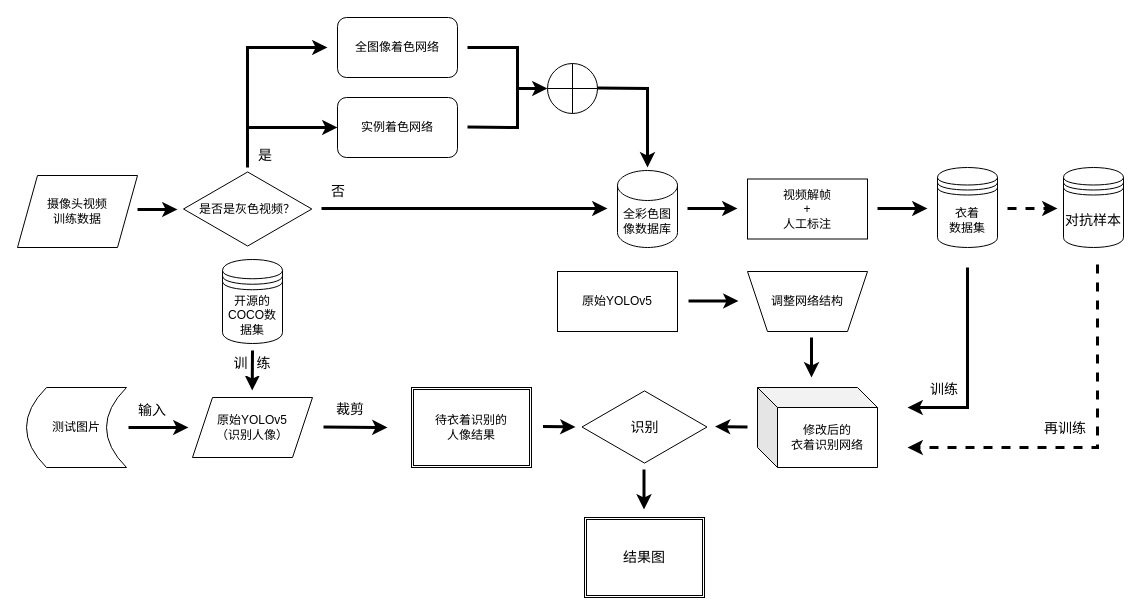
Zhiying-Li-dot/Capsules keeps this draw.io diagram as Untitled Diagram.drawio. Above is the earlier version. Source tidied: cells renumbered, new cells numbered last; positions are measured from the earlier drawing's top-left corner, leaving out a move shared by most shapes. Both pictures are drawn from the tidied source at 100%, with x=0, y=0 at pixel (17, 17).
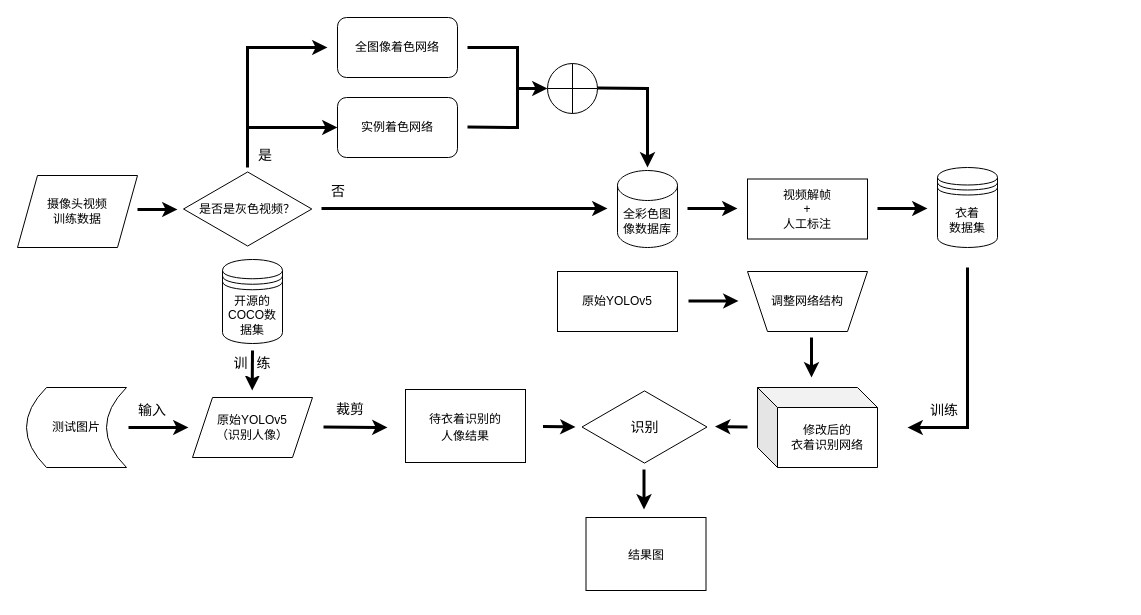
The same diagram, later.

The edit, as a diff of the source:
```diff
@@
     <mxCell id="18" style="endArrow=classic;html=1;rounded=0;strokeWidth=3;" parent="1" edge="1">
       <mxGeometry relative="1" as="geometry">
         <mxPoint x="950" y="250" as="sourcePoint" />
-        <mxPoint x="890" y="390" as="targetPoint" />
+        <mxPoint x="890" y="410" as="targetPoint" />
         <Array as="points">
-          <mxPoint x="950" y="390" />
+          <mxPoint x="950" y="410" />
         </Array>
       </mxGeometry>
     </mxCell>
@@
-    <mxCell id="30" value="待衣着识别的&lt;br&gt;人像结果" style="shape=ext;double=1;rounded=0;whiteSpace=wrap;html=1;" parent="1" vertex="1">
-      <mxGeometry x="394" y="370" width="120" height="80" as="geometry" />
-    </mxCell>
@@
     <mxCell id="33" value="&lt;font style=&quot;font-size: 14px&quot;&gt;训练&lt;/font&gt;" style="rounded=0;whiteSpace=wrap;html=1;strokeColor=#FFFFFF;" parent="1" vertex="1">
-      <mxGeometry x="907" y="357" width="40" height="30" as="geometry" />
+      <mxGeometry x="907" y="378" width="40" height="30" as="geometry" />
     </mxCell>
@@
+    <mxCell id="43" style="endArrow=classic;html=1;rounded=0;strokeWidth=3;" parent="1" edge="1">
+      <mxGeometry relative="1" as="geometry">
+        <mxPoint x="626.5" y="452" as="sourcePoint" />
+        <mxPoint x="626.5" y="492" as="targetPoint" />
+      </mxGeometry>
+    </mxCell>
+    <mxCell id="30" value="&lt;span style=&quot;font-size: 12px&quot;&gt;待衣着识别的&lt;/span&gt;&lt;br style=&quot;font-size: 12px&quot;&gt;&lt;span style=&quot;font-size: 12px&quot;&gt;人像结果&lt;/span&gt;" style="rounded=0;whiteSpace=wrap;html=1;fontSize=14;strokeColor=#000000;" parent="1" vertex="1">
+      <mxGeometry x="388" y="372" width="120" height="73" as="geometry" />
+    </mxCell>
-    <mxCell id="42" value="结果图" style="shape=ext;double=1;rounded=0;whiteSpace=wrap;html=1;fontSize=14;strokeColor=#000000;" parent="1" vertex="1">
-      <mxGeometry x="567" y="500" width="120" height="80" as="geometry" />
+    <mxCell id="42" value="&lt;span style=&quot;font-size: 12px&quot;&gt;结果图&lt;/span&gt;" style="rounded=0;whiteSpace=wrap;html=1;fontSize=14;strokeColor=#000000;" parent="1" vertex="1">
+      <mxGeometry x="568.5" y="500" width="120" height="73" as="geometry" />
     </mxCell>
-    <mxCell id="43" style="endArrow=classic;html=1;rounded=0;strokeWidth=3;" parent="1" edge="1">
-      <mxGeometry relative="1" as="geometry">
-        <mxPoint x="626.5" y="452" as="sourcePoint" />
-        <mxPoint x="626.5" y="492" as="targetPoint" />
-      </mxGeometry>
-    </mxCell>
-    <mxCell id="44" value="对抗样本" style="shape=datastore;whiteSpace=wrap;html=1;fontSize=14;strokeColor=#000000;" parent="1" vertex="1">
-      <mxGeometry x="1046" y="150" width="60" height="80" as="geometry" />
-    </mxCell>
-    <mxCell id="45" style="endArrow=classic;html=1;rounded=0;strokeWidth=3;dashed=1;" parent="1" edge="1">
-      <mxGeometry relative="1" as="geometry">
-        <mxPoint x="990" y="191" as="sourcePoint" />
-        <mxPoint x="1040" y="191" as="targetPoint" />
-      </mxGeometry>
-    </mxCell>
-    <mxCell id="46" style="endArrow=classic;html=1;rounded=0;strokeWidth=3;dashed=1;" parent="1" edge="1">
-      <mxGeometry relative="1" as="geometry">
-        <mxPoint x="1080" y="247" as="sourcePoint" />
-        <mxPoint x="890" y="430" as="targetPoint" />
-        <Array as="points">
-          <mxPoint x="1080" y="430" />
-        </Array>
-      </mxGeometry>
-    </mxCell>
-    <mxCell id="47" value="&lt;font style=&quot;font-size: 14px&quot;&gt;再训练&lt;/font&gt;" style="rounded=0;whiteSpace=wrap;html=1;strokeColor=#FFFFFF;" parent="1" vertex="1">
-      <mxGeometry x="1018" y="393" width="60" height="35" as="geometry" />
-    </mxCell>
```
